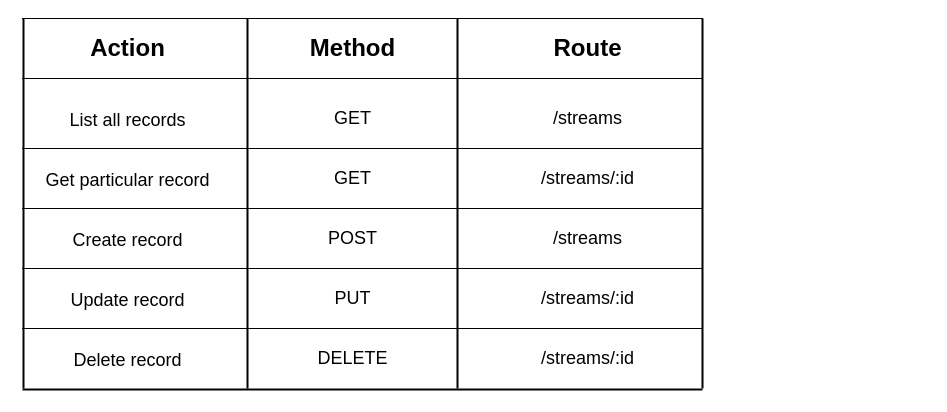
The draw.io diagram docs/REST.drawio in Yokoso/redux_streamz, before the edit. Source tidied: cells renumbered, new cells numbered last; positions are measured from the earlier drawing's top-left corner, leaving out a move shared by most shapes. Both pictures are drawn from the tidied source at 100%, with x=0, y=0 at pixel (18, 18).
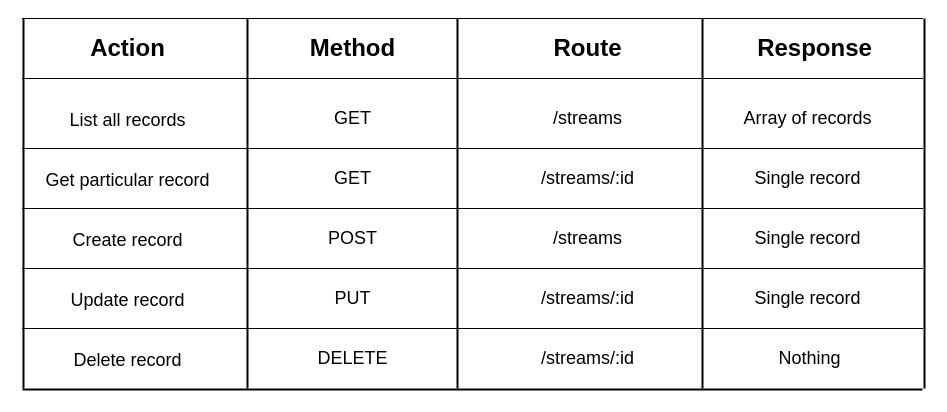
The same page after the edit.

Diff of the diagram source:
```diff
@@
     <mxCell id="2" style="shape=partialRectangle;whiteSpace=wrap;html=1;left=0;right=0;fillColor=none;" parent="1" vertex="1">
-      <mxGeometry x="4" width="680" height="60" as="geometry" />
+      <mxGeometry x="4" width="900" height="60" as="geometry" />
     </mxCell>
@@
     <mxCell id="23" style="shape=partialRectangle;whiteSpace=wrap;html=1;left=0;right=0;fillColor=none;fontSize=18;" parent="1" vertex="1">
-      <mxGeometry x="4" y="130" width="680" height="60" as="geometry" />
+      <mxGeometry x="4" y="130" width="900" height="60" as="geometry" />
     </mxCell>
     <mxCell id="24" style="shape=partialRectangle;whiteSpace=wrap;html=1;left=0;right=0;fillColor=none;fontSize=18;" parent="1" vertex="1">
-      <mxGeometry x="4" y="250" width="680" height="60" as="geometry" />
+      <mxGeometry x="4" y="250" width="900" height="60" as="geometry" />
     </mxCell>
     <mxCell id="25" style="line;strokeWidth=2;html=1;fontSize=18;" parent="1" vertex="1">
-      <mxGeometry x="4" y="366" width="680" height="10" as="geometry" />
+      <mxGeometry x="4" y="366" width="900" height="10" as="geometry" />
     </mxCell>
@@
+    <mxCell id="28" style="line;strokeWidth=2;direction=south;html=1;fontSize=24;" parent="1" vertex="1">
+      <mxGeometry x="901" width="10" height="370" as="geometry" />
+    </mxCell>
+    <mxCell id="29" value="&lt;font style=&quot;font-size: 24px;&quot;&gt;Response&lt;/font&gt;" style="text;html=1;align=center;verticalAlign=middle;strokeColor=none;fillColor=none;fontStyle=1;" parent="1" vertex="1">
+      <mxGeometry x="726" y="10" width="140" height="40" as="geometry" />
+    </mxCell>
+    <mxCell id="30" value="Array of records" style="text;html=1;align=center;verticalAlign=middle;strokeColor=none;fillColor=none;fontSize=18;" parent="1" vertex="1">
+      <mxGeometry x="714" y="80" width="150" height="40" as="geometry" />
+    </mxCell>
+    <mxCell id="31" value="Single record" style="text;html=1;align=center;verticalAlign=middle;strokeColor=none;fillColor=none;fontSize=18;" parent="1" vertex="1">
+      <mxGeometry x="724" y="140" width="130" height="40" as="geometry" />
+    </mxCell>
+    <mxCell id="32" value="Single record" style="text;html=1;align=center;verticalAlign=middle;strokeColor=none;fillColor=none;fontSize=18;" parent="1" vertex="1">
+      <mxGeometry x="724" y="200" width="130" height="40" as="geometry" />
+    </mxCell>
+    <mxCell id="33" value="Single record" style="text;html=1;align=center;verticalAlign=middle;strokeColor=none;fillColor=none;fontSize=18;" parent="1" vertex="1">
+      <mxGeometry x="724" y="260" width="130" height="40" as="geometry" />
+    </mxCell>
+    <mxCell id="34" value="Nothing" style="text;html=1;align=center;verticalAlign=middle;strokeColor=none;fillColor=none;fontSize=18;" parent="1" vertex="1">
+      <mxGeometry x="746" y="320" width="90" height="40" as="geometry" />
+    </mxCell>
```
